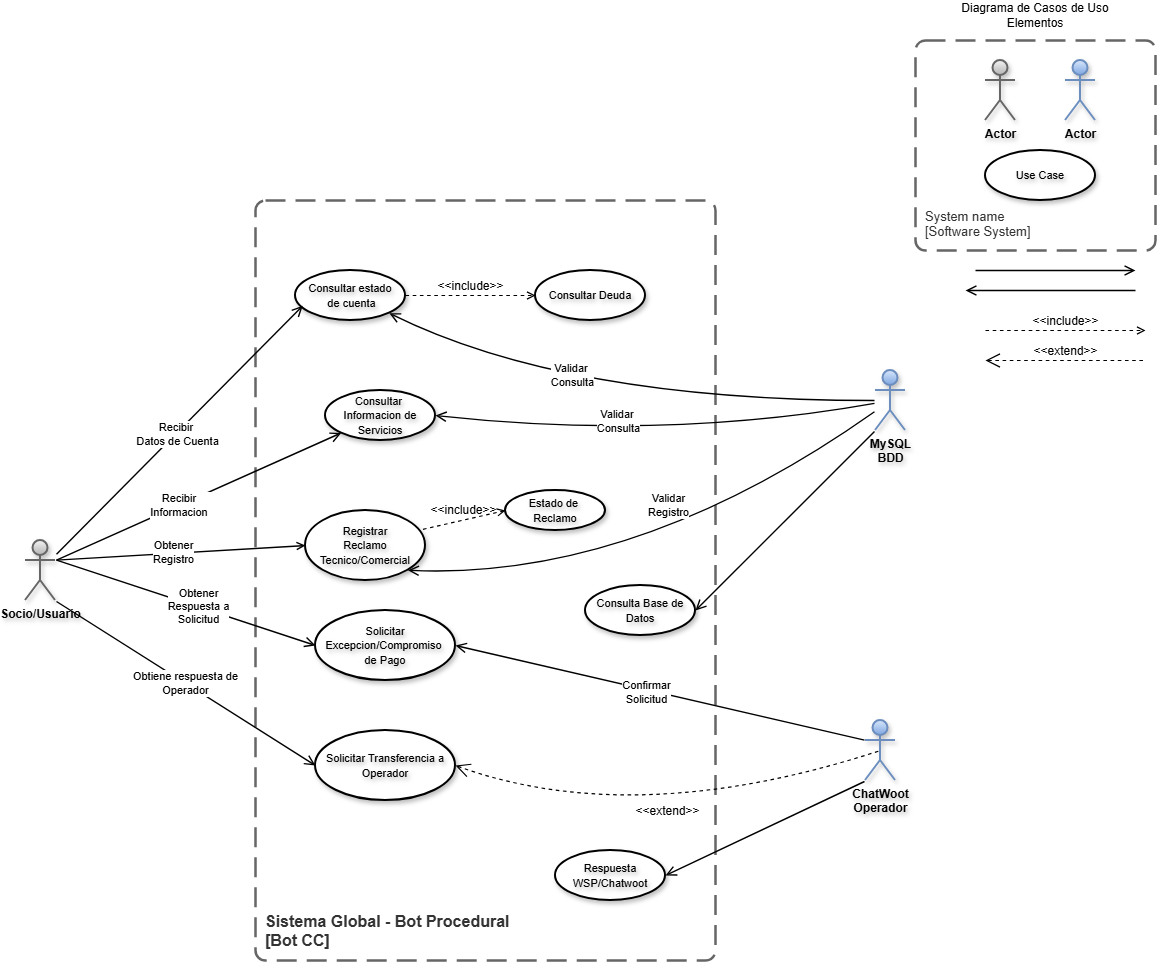
reilon12/Documentacion_Tecnica_Bot_CC keeps this draw.io diagram as diagramas/casos_de_uso/Diagrama_general.png. Above is the earlier version. Source tidied: cells renumbered, new cells last; positions are measured from the earlier drawing's top-left corner, leaving out a move shared by most shapes.
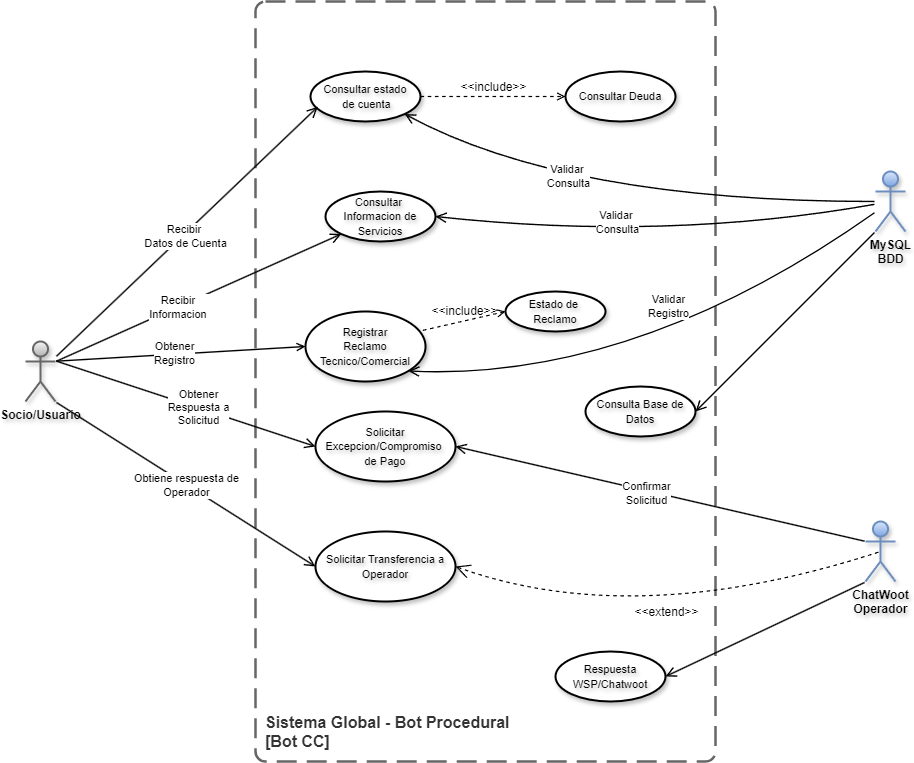
After the commit.

The edit, as a diff of the source:
```diff
@@ -1,42 +1,7 @@
-<mxGraphModel background="#ffffff">
+<mxGraphModel>
   <root>
     <mxCell id="0" />
     <mxCell id="1" parent="0" />
-    <mxCell id="2" value="Diagrama de Casos de Uso&lt;div&gt;Elementos&lt;/div&gt;" style="text;html=1;whiteSpace=wrap;strokeColor=none;fillColor=none;align=center;verticalAlign=middle;rounded=0;" parent="1" vertex="1">
-      <mxGeometry x="930" width="160" height="30" as="geometry" />
-    </mxCell>
-    <mxCell id="3" value="&lt;font style=&quot;font-size: 11px;&quot;&gt;Use Case&lt;/font&gt;" style="ellipse;whiteSpace=wrap;html=1;strokeWidth=2;shadow=1;textShadow=1;labelBorderColor=none;labelBackgroundColor=none;fontStyle=0;" parent="1" vertex="1">
-      <mxGeometry x="960" y="150" width="110" height="50" as="geometry" />
-    </mxCell>
-    <object id="4" label="&lt;font&gt;&lt;span&gt;&lt;div style=&quot;text-align: left&quot;&gt;%c4Name%&lt;/div&gt;&lt;/span&gt;&lt;/font&gt;&lt;div style=&quot;text-align: left&quot;&gt;[%c4Application%]&lt;/div&gt;" c4Application="Software System" c4Name="System name" c4Type="SystemScopeBoundary" placeholders="1">
-      <mxCell style="rounded=1;fontSize=13;whiteSpace=wrap;html=1;dashed=1;arcSize=20;fillColor=none;strokeColor=#666666;fontColor=#333333;labelBackgroundColor=none;align=left;verticalAlign=bottom;labelBorderColor=none;spacingTop=0;spacing=10;dashPattern=8 4;perimeter=rectanglePerimeter;noLabel=0;labelPadding=0;absoluteArcSize=1;strokeWidth=2.5;shadow=0;glass=0;gradientColor=none;fontStyle=0;" parent="1" vertex="1">
-        <mxGeometry x="890" y="40" width="240" height="210" as="geometry" />
-      </mxCell>
-    </object>
-    <mxCell id="5" style="endArrow=open;startArrow=none;endFill=0;startFill=0;endSize=8;html=1;verticalAlign=bottom;labelBackgroundColor=none;strokeWidth=1.4;rounded=0;" parent="1" edge="1">
-      <mxGeometry relative="1" as="geometry">
-        <mxPoint x="950" y="270" as="sourcePoint" />
-        <mxPoint x="1110" y="270" as="targetPoint" />
-      </mxGeometry>
-    </mxCell>
-    <mxCell id="6" value="&amp;lt;&amp;lt;include&amp;gt;&amp;gt;" style="html=1;verticalAlign=bottom;labelBackgroundColor=none;endArrow=open;endFill=0;dashed=1;rounded=0;strokeWidth=1.2;fontSize=12;" parent="1" edge="1">
-      <mxGeometry relative="1" as="geometry">
-        <mxPoint x="960" y="330" as="sourcePoint" />
-        <mxPoint x="1120" y="330" as="targetPoint" />
-      </mxGeometry>
-    </mxCell>
-    <mxCell id="7" value="&amp;lt;&amp;lt;extend&amp;gt;&amp;gt;" style="edgeStyle=none;html=1;startArrow=open;endArrow=none;startSize=12;verticalAlign=bottom;dashed=1;labelBackgroundColor=none;rounded=0;strokeWidth=1.2;fontSize=12;" parent="1" edge="1">
-      <mxGeometry relative="1" as="geometry">
-        <mxPoint x="960" y="360" as="sourcePoint" />
-        <mxPoint x="1120" y="360" as="targetPoint" />
-      </mxGeometry>
-    </mxCell>
-    <mxCell id="8" value="Actor" style="shape=umlActor;verticalLabelPosition=bottom;verticalAlign=top;html=1;strokeWidth=2;perimeterSpacing=1;shadow=1;fontSize=12;fontStyle=1;textShadow=1;fillColor=#f5f5f5;strokeColor=#666666;gradientColor=#b3b3b3;" parent="1" vertex="1">
-      <mxGeometry x="960" y="60" width="30" height="60" as="geometry" />
-    </mxCell>
-    <mxCell id="9" value="Actor" style="shape=umlActor;verticalLabelPosition=bottom;verticalAlign=top;html=1;strokeWidth=2;perimeterSpacing=1;shadow=1;fontSize=12;fontStyle=1;textShadow=1;fillColor=#dae8fc;strokeColor=#6c8ebf;gradientColor=#7ea6e0;" parent="1" vertex="1">
-      <mxGeometry x="1040" y="60" width="30" height="60" as="geometry" />
-    </mxCell>
     <mxCell id="10" value="Socio/Usuario" style="shape=umlActor;verticalLabelPosition=bottom;verticalAlign=top;html=1;outlineConnect=0;strokeWidth=2;perimeterSpacing=1;shadow=1;fontSize=12;fontStyle=1;textShadow=1;fillColor=#f5f5f5;strokeColor=#666666;gradientColor=#b3b3b3;" parent="1" vertex="1">
       <mxGeometry y="540" width="30" height="60" as="geometry" />
     </mxCell>
@@ -52,7 +17,7 @@
       </mxCell>
     </object>
     <mxCell id="14" value="&lt;font style=&quot;font-size: 11px;&quot;&gt;Consultar estado&lt;/font&gt;&lt;div&gt;&lt;font style=&quot;font-size: 11px;&quot;&gt;&amp;nbsp;de cuenta&lt;/font&gt;&lt;/div&gt;" style="ellipse;whiteSpace=wrap;html=1;strokeWidth=2;shadow=1;textShadow=1;labelBorderColor=none;labelBackgroundColor=none;fontStyle=0;" parent="1" vertex="1">
-      <mxGeometry x="270" y="270" width="110" height="50" as="geometry" />
+      <mxGeometry x="285" y="270" width="110" height="50" as="geometry" />
     </mxCell>
     <mxCell id="15" style="endArrow=open;startArrow=none;endFill=0;startFill=0;endSize=8;html=1;verticalAlign=bottom;labelBackgroundColor=none;strokeWidth=1.4;rounded=0;entryX=0.066;entryY=0.707;entryDx=0;entryDy=0;entryPerimeter=0;" parent="1" edge="1" source="10" target="14">
       <mxGeometry relative="1" as="geometry" />
@@ -61,7 +26,7 @@
       <mxGeometry x="-0.03" y="-1" relative="1" as="geometry" />
     </mxCell>
     <mxCell id="17" value="&lt;font style=&quot;font-size: 11px;&quot;&gt;Consultar&amp;nbsp;&lt;/font&gt;&lt;span style=&quot;font-size: 11px; background-color: transparent; color: light-dark(rgb(0, 0, 0), rgb(255, 255, 255));&quot;&gt;Deuda&lt;/span&gt;" style="ellipse;whiteSpace=wrap;html=1;strokeWidth=2;shadow=1;textShadow=1;labelBorderColor=none;labelBackgroundColor=none;fontStyle=0;" parent="1" vertex="1">
-      <mxGeometry x="510" y="270" width="110" height="50" as="geometry" />
+      <mxGeometry x="540" y="270" width="110" height="50" as="geometry" />
     </mxCell>
     <mxCell id="18" style="endArrow=open;startArrow=none;endFill=0;startFill=0;endSize=8;html=1;verticalAlign=bottom;labelBackgroundColor=none;strokeWidth=1.4;rounded=0;curved=1;entryX=1;entryY=1;entryDx=0;entryDy=0;" parent="1" edge="1" source="11" target="14">
       <mxGeometry relative="1" as="geometry">
@@ -79,12 +44,6 @@
     <mxCell id="21" value="&lt;font style=&quot;font-size: 11px;&quot;&gt;Consultar&amp;nbsp;&lt;/font&gt;&lt;div&gt;&lt;font style=&quot;font-size: 11px;&quot;&gt;Informacion de Servicios&lt;/font&gt;&lt;/div&gt;" style="ellipse;whiteSpace=wrap;html=1;strokeWidth=2;shadow=1;textShadow=1;labelBorderColor=none;labelBackgroundColor=none;fontStyle=0;" parent="1" vertex="1">
       <mxGeometry x="300" y="390" width="110" height="50" as="geometry" />
     </mxCell>
-    <mxCell id="22" style="endArrow=open;startArrow=none;endFill=0;startFill=0;endSize=8;html=1;verticalAlign=bottom;labelBackgroundColor=none;strokeWidth=1.4;rounded=0;" parent="1" edge="1">
-      <mxGeometry relative="1" as="geometry">
-        <mxPoint x="1110" y="290" as="sourcePoint" />
-        <mxPoint x="940" y="290" as="targetPoint" />
-      </mxGeometry>
-    </mxCell>
     <mxCell id="23" style="endArrow=open;startArrow=none;endFill=0;startFill=0;endSize=8;html=1;verticalAlign=bottom;labelBackgroundColor=none;strokeWidth=1.4;rounded=0;curved=1;entryX=1;entryY=0.5;entryDx=0;entryDy=0;" parent="1" edge="1" source="11" target="21">
       <mxGeometry relative="1" as="geometry">
         <Array as="points">
```
